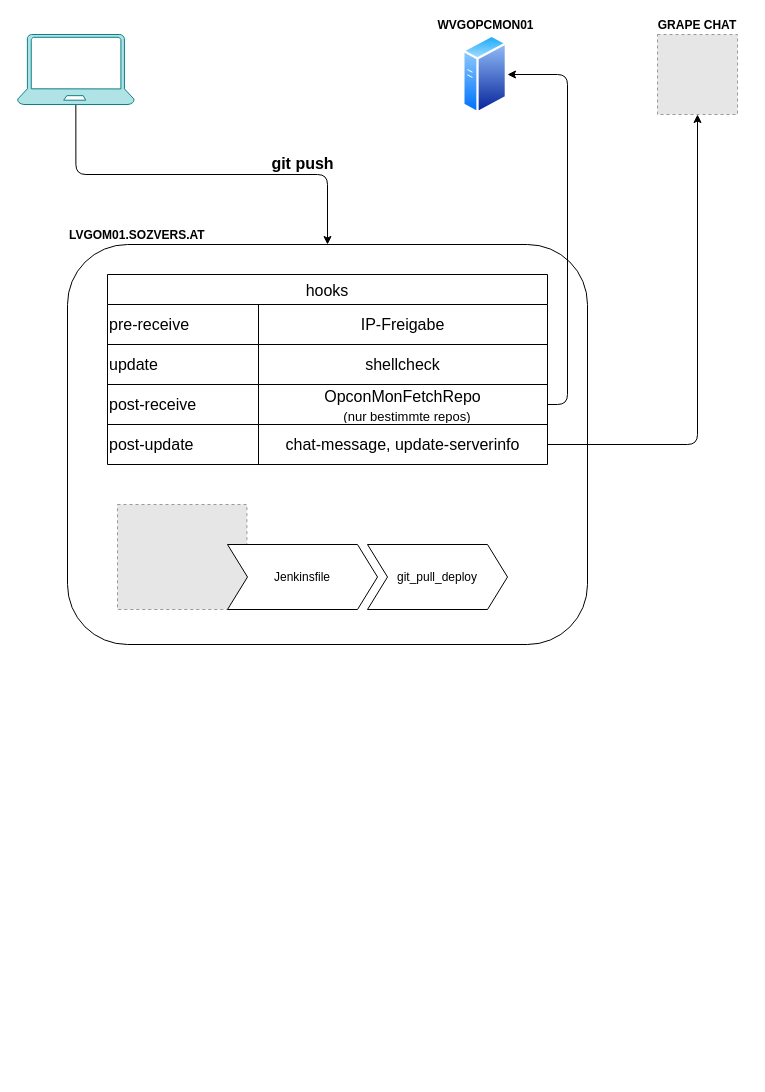
This is Unbenanntes Diagramm.drawio from sueswe/dotfiles, a draw.io file, before an edit. Source tidied: cells renumbered, new cells numbered last; positions are measured from the earlier drawing's top-left corner, leaving out a move shared by most shapes. Both pictures are drawn from the tidied source at 100%, with x=0, y=0 at pixel (17, 34). Pictures stored in the file or linked from it are replaced by grey dashed boxes.
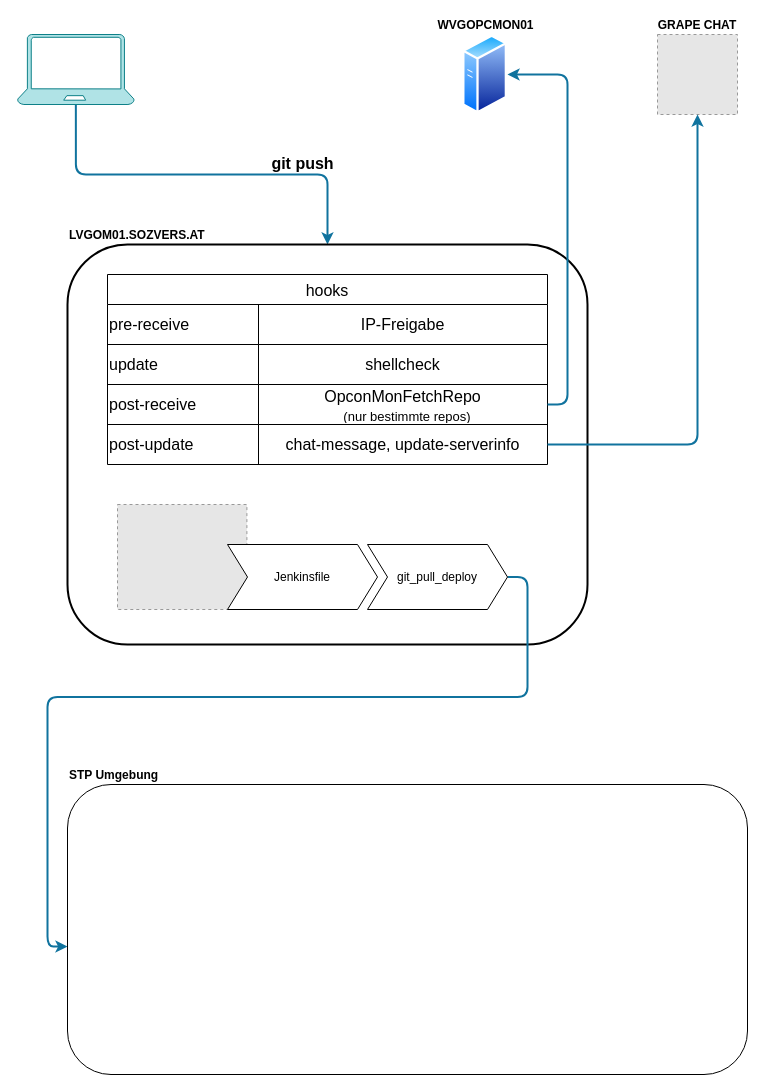
The same page after the edit.

Commit message:
Linesize and color 10739E

Unchanged cells that the change refers to:
```xml
<mxCell id="4" style="sketch=0;shadow=0;dashed=0;html=1;strokeColor=#0e8088;labelPosition=center;verticalLabelPosition=bottom;verticalAlign=top;align=center;fillColor=#b0e3e6;shape=mxgraph.azure.laptop;" parent="1" vertex="1">
  <mxGeometry width="116.7" height="70" as="geometry" />
</mxCell>
<mxCell id="13" style="shape=tableRow;horizontal=0;startSize=0;swimlaneHead=0;swimlaneBody=0;strokeColor=inherit;top=0;left=0;bottom=0;right=0;fillColor=none;points=[[0,0.5],[1,0.5]];portConstraint=eastwest;fontSize=16;" parent="6" vertex="1">
  <mxGeometry y="110" width="440" height="40" as="geometry" />
</mxCell>
<mxCell id="16" style="shape=tableRow;horizontal=0;startSize=0;swimlaneHead=0;swimlaneBody=0;strokeColor=inherit;top=0;left=0;bottom=0;right=0;fillColor=none;points=[[0,0.5],[1,0.5]];portConstraint=eastwest;fontSize=16;" parent="6" vertex="1">
  <mxGeometry y="150" width="440" height="40" as="geometry" />
</mxCell>
<mxCell id="21" value="git_pull_deploy" style="shape=step;perimeter=stepPerimeter;whiteSpace=wrap;html=1;fixedSize=1;" parent="1" vertex="1">
  <mxGeometry x="350" y="510" width="140" height="65" as="geometry" />
</mxCell>
<mxCell id="22" value="GRAPE CHAT" style="fillColor=#E6E6E6;strokeColor=#999999;dashed=1;verticalLabelPosition=top;verticalAlign=bottom;fontStyle=1;labelPosition=center;align=center;" parent="1" vertex="1">
  <mxGeometry x="640" width="80" height="80" as="geometry" />
</mxCell>
<mxCell id="24" value="WVGOPCMON01" style="perimeter=ellipsePerimeter;html=1;align=center;shadow=0;dashed=0;spacingTop=3;image;image=img/lib/active_directory/generic_server.svg;fontStyle=1;labelPosition=center;verticalLabelPosition=top;verticalAlign=bottom;" parent="1" vertex="1">
  <mxGeometry x="445.2" width="44.8" height="80" as="geometry" />
</mxCell>
```

The edit, as a diff of the source:
```diff
@@
-    <mxCell id="2" style="edgeStyle=orthogonalEdgeStyle;rounded=1;jettySize=auto;html=1;exitX=0.5;exitY=1;exitDx=0;exitDy=0;exitPerimeter=0;entryX=0.5;entryY=0;entryDx=0;entryDy=0;" parent="1" edge="1" source="4" target="5">
+    <mxCell id="2" style="edgeStyle=orthogonalEdgeStyle;rounded=1;jettySize=auto;html=1;exitX=0.5;exitY=1;exitDx=0;exitDy=0;exitPerimeter=0;entryX=0.5;entryY=0;entryDx=0;entryDy=0;strokeWidth=2;strokeColor=#10739E;" parent="1" edge="1" source="4" target="5">
       <mxGeometry relative="1" as="geometry" />
     </mxCell>
@@
-    <mxCell id="5" value="&lt;b&gt;LVGOM01.SOZVERS.AT&lt;br&gt;&lt;/b&gt;" style="rounded=1;whiteSpace=wrap;html=1;verticalAlign=bottom;align=left;horizontal=1;labelPosition=center;verticalLabelPosition=top;" parent="1" vertex="1">
+    <mxCell id="5" value="&lt;b&gt;LVGOM01.SOZVERS.AT&lt;br&gt;&lt;/b&gt;" style="rounded=1;whiteSpace=wrap;html=1;verticalAlign=bottom;align=left;horizontal=1;labelPosition=center;verticalLabelPosition=top;strokeWidth=2;" parent="1" vertex="1">
       <mxGeometry x="50" y="210" width="520" height="400" as="geometry" />
     </mxCell>
@@
+    <mxCell id="26" style="edgeStyle=orthogonalEdgeStyle;rounded=1;jettySize=auto;html=1;entryX=0;entryY=0.559;entryDx=0;entryDy=0;entryPerimeter=0;fillColor=#b1ddf0;strokeColor=#10739e;strokeWidth=2;exitX=1;exitY=0.5;exitDx=0;exitDy=0;" parent="1" edge="1" source="21" target="27">
+      <mxGeometry relative="1" as="geometry" />
+    </mxCell>
@@
-    <mxCell id="23" style="edgeStyle=orthogonalEdgeStyle;rounded=1;jettySize=auto;html=1;entryX=0.5;entryY=1;entryDx=0;entryDy=0;" parent="1" edge="1" source="16" target="22">
+    <mxCell id="23" style="edgeStyle=orthogonalEdgeStyle;rounded=1;jettySize=auto;html=1;entryX=0.5;entryY=1;entryDx=0;entryDy=0;strokeWidth=2;strokeColor=#10739E;" parent="1" edge="1" source="16" target="22">
       <mxGeometry relative="1" as="geometry" />
     </mxCell>
@@
-    <mxCell id="25" style="edgeStyle=orthogonalEdgeStyle;rounded=1;jettySize=auto;html=1;entryX=1;entryY=0.5;entryDx=0;entryDy=0;" parent="1" edge="1" source="13" target="24">
+    <mxCell id="25" style="edgeStyle=orthogonalEdgeStyle;rounded=1;jettySize=auto;html=1;entryX=1;entryY=0.5;entryDx=0;entryDy=0;strokeWidth=2;strokeColor=#10739E;" parent="1" edge="1" source="13" target="24">
       <mxGeometry relative="1" as="geometry" />
     </mxCell>
+    <mxCell id="27" value="STP Umgebung" style="rounded=1;whiteSpace=wrap;html=1;fontStyle=1;labelPosition=center;verticalLabelPosition=top;align=left;verticalAlign=bottom;" parent="1" vertex="1">
+      <mxGeometry x="50" y="750" width="680" height="290" as="geometry" />
+    </mxCell>
```
